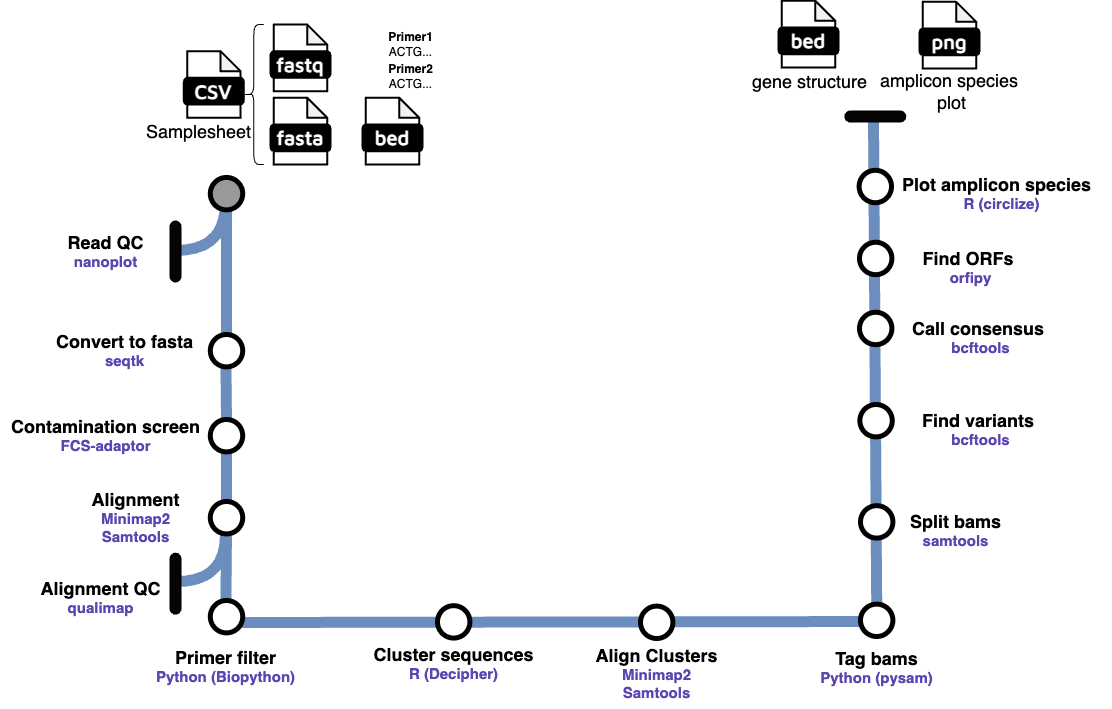
Earlier version of the draw.io export docs/images/HiFiAmplicon_Metromap.drawio.png (rlinder02/rl-hifiampliconanalysis). Source tidied: cells renumbered, new cells last; positions are measured from the earlier drawing's top-left corner, leaving out a move shared by most shapes.
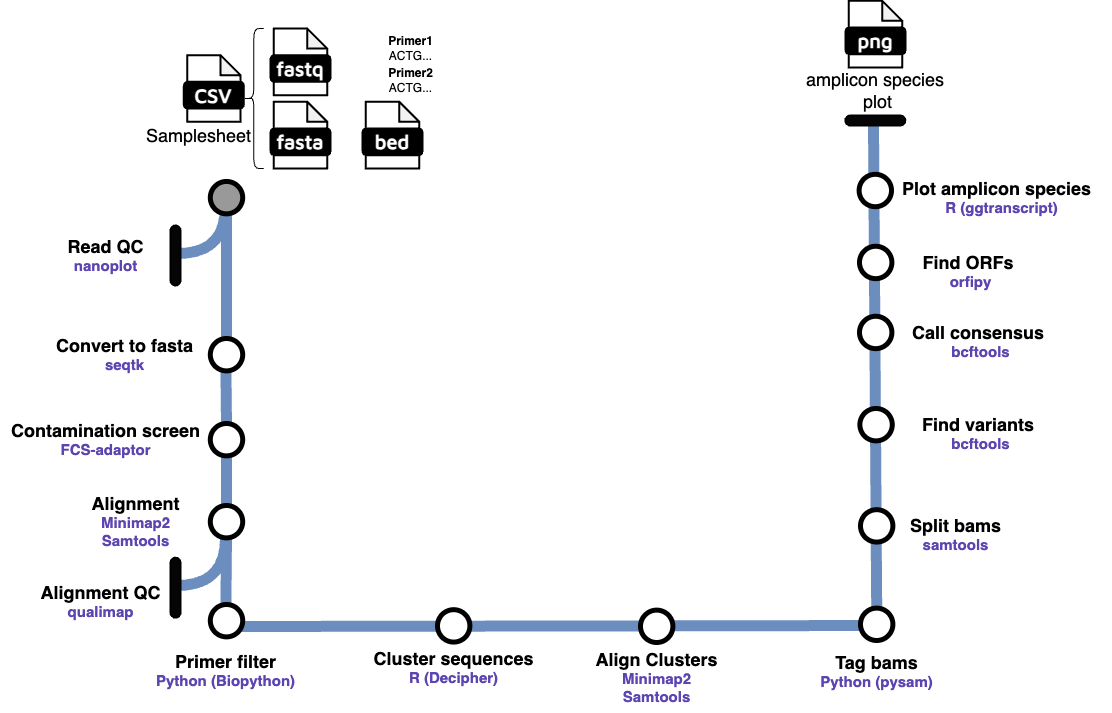
Above is the later version.

Change to the diagram source:
```diff
@@ -70,17 +70,8 @@
     <mxCell id="22" value="&lt;font face=&quot;Maven Pro&quot; color=&quot;#ffffff&quot;&gt;&lt;b&gt;&lt;font style=&quot;font-size: 20px;&quot;&gt;bed&lt;/font&gt;&lt;/b&gt;&lt;/font&gt;" style="rounded=1;whiteSpace=wrap;html=1;strokeWidth=2;fillColor=#000000;" parent="20" vertex="1">
       <mxGeometry y="26.7" width="60" height="26.7" as="geometry" />
     </mxCell>
-    <mxCell id="23" style="group;" parent="8" vertex="1">
-      <mxGeometry x="608" y="-23.7" width="60" height="66.7" as="geometry" />
-    </mxCell>
-    <mxCell id="24" style="shape=note;whiteSpace=wrap;html=1;backgroundOutline=1;darkOpacity=0.05;rounded=1;size=20;strokeWidth=2;" parent="23" vertex="1">
-      <mxGeometry x="3.3" width="53.3" height="66.7" as="geometry" />
-    </mxCell>
-    <mxCell id="25" value="&lt;font face=&quot;Maven Pro&quot; color=&quot;#ffffff&quot;&gt;&lt;b&gt;&lt;font style=&quot;font-size: 20px;&quot;&gt;bed&lt;/font&gt;&lt;/b&gt;&lt;/font&gt;" style="rounded=1;whiteSpace=wrap;html=1;strokeWidth=2;fillColor=#000000;" parent="23" vertex="1">
-      <mxGeometry y="26.7" width="60" height="26.7" as="geometry" />
-    </mxCell>
     <mxCell id="26" style="group;" parent="8" vertex="1">
-      <mxGeometry x="749" y="-22.7" width="60" height="66.7" as="geometry" />
+      <mxGeometry x="675" y="-27.7" width="60" height="66.7" as="geometry" />
     </mxCell>
     <mxCell id="27" style="shape=note;whiteSpace=wrap;html=1;backgroundOutline=1;darkOpacity=0.05;rounded=1;size=20;strokeWidth=2;" parent="26" vertex="1">
       <mxGeometry x="3.3" width="53.3" height="66.7" as="geometry" />
@@ -89,7 +80,7 @@
       <mxGeometry y="26.7" width="60" height="26.7" as="geometry" />
     </mxCell>
     <mxCell id="29" value="&lt;font style=&quot;font-size: 18px;&quot; face=&quot;Helvetica&quot;&gt;amplicon species&amp;nbsp;&lt;/font&gt;&lt;div&gt;&lt;font style=&quot;font-size: 18px;&quot; face=&quot;Helvetica&quot;&gt;plot&lt;/font&gt;&lt;/div&gt;" style="text;html=1;align=center;verticalAlign=middle;strokeColor=none;fillColor=none;" parent="8" vertex="1">
-      <mxGeometry x="696" y="37" width="170" height="60" as="geometry" />
+      <mxGeometry x="622" y="32" width="170" height="60" as="geometry" />
     </mxCell>
     <mxCell id="30" style="endArrow=none;html=1;rounded=1;strokeWidth=11;fontSize=12;startSize=8;endSize=8;curved=1;fillColor=#dae8fc;strokeColor=#6c8ebf;exitX=0.5;exitY=0;exitDx=0;exitDy=0;" parent="1" edge="1" source="55">
       <mxGeometry relative="1" as="geometry">
@@ -214,11 +205,8 @@
     <mxCell id="64" style="ellipse;whiteSpace=wrap;html=1;rounded=1;rotation=0;strokeWidth=5;" parent="1" vertex="1">
       <mxGeometry x="858.6" y="169.8" width="32.4" height="32.4" as="geometry" />
     </mxCell>
-    <mxCell id="65" value="&lt;span style=&quot;font-size: 18px;&quot;&gt;&lt;b&gt;Plot amplicon species&amp;nbsp;&amp;nbsp;&lt;/b&gt;&lt;/span&gt;&lt;div&gt;&lt;font color=&quot;#5c45b0&quot;&gt;&lt;span style=&quot;font-size: 15px;&quot;&gt;&lt;b&gt;R (circlize)&lt;/b&gt;&lt;/span&gt;&lt;/font&gt;&lt;/div&gt;" style="text;html=1;align=center;verticalAlign=middle;strokeColor=none;fillColor=none;" parent="1" vertex="1">
+    <mxCell id="65" value="&lt;span style=&quot;font-size: 18px;&quot;&gt;&lt;b&gt;Plot amplicon species&amp;nbsp;&amp;nbsp;&lt;/b&gt;&lt;/span&gt;&lt;div&gt;&lt;font color=&quot;#5c45b0&quot;&gt;&lt;span style=&quot;font-size: 15px;&quot;&gt;&lt;b&gt;R (ggtranscript)&lt;/b&gt;&lt;/span&gt;&lt;/font&gt;&lt;/div&gt;" style="text;html=1;align=center;verticalAlign=middle;strokeColor=none;fillColor=none;" parent="1" vertex="1">
       <mxGeometry x="891.4" y="168.1" width="220" height="50" as="geometry" />
     </mxCell>
-    <mxCell id="66" value="&lt;font style=&quot;font-size: 18px;&quot; face=&quot;Helvetica&quot;&gt;gene structure&lt;/font&gt;" style="text;html=1;align=center;verticalAlign=middle;strokeColor=none;fillColor=none;" parent="1" vertex="1">
-      <mxGeometry x="739" y="61" width="140" height="40" as="geometry" />
-    </mxCell>
   </root>
 </mxGraphModel>
```
